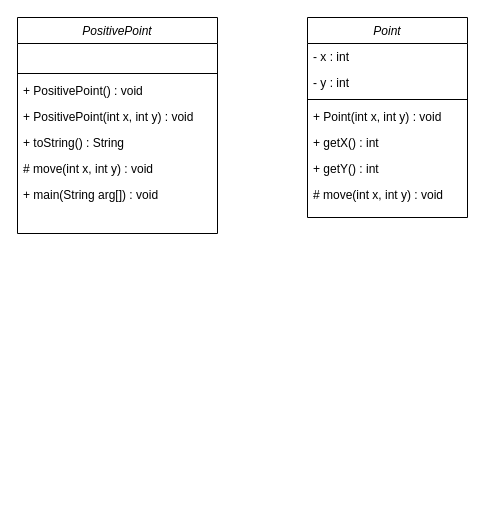
Above: 5장 과제.drawio in skatld123/NSH (draw.io), before the change. Source tidied: cells renumbered, new cells numbered last; positions are measured from the earlier drawing's top-left corner, leaving out a move shared by most shapes. Both pictures are drawn from the tidied source at 100%, with x=0, y=0 at pixel (17, 17).
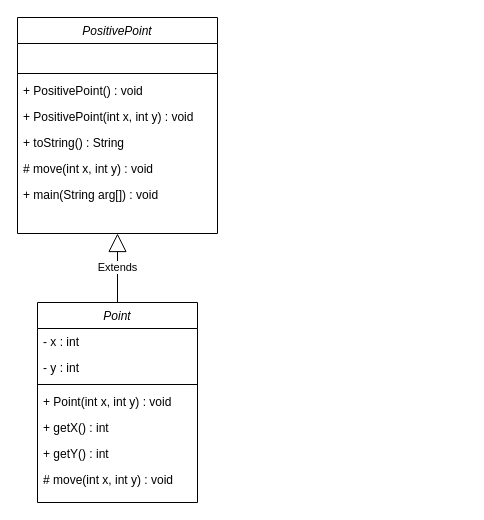
After the change.

Commit message (it also covers changes not shown here):
5장 과제.drawio 업데이트

What changed in the source:
```diff
@@
 <mxGraphModel>
   <root>
     <mxCell id="0" />
     <mxCell id="1" parent="0" />
     <mxCell id="2" value="Point" style="swimlane;fontStyle=2;align=center;verticalAlign=top;horizontal=1;startSize=26;rounded=0;shadow=0;strokeWidth=1;" parent="1" vertex="1">
-      <mxGeometry x="290" width="160" height="200" as="geometry" />
+      <mxGeometry x="20" y="285" width="160" height="200" as="geometry" />
     </mxCell>
     <mxCell id="3" value="- x : int" style="text;align=left;verticalAlign=top;spacingLeft=4;spacingRight=4;overflow=hidden;" parent="2" vertex="1">
       <mxGeometry y="26" width="160" height="26" as="geometry" />
     </mxCell>
     <mxCell id="4" value="- y : int" style="text;align=left;verticalAlign=top;spacingLeft=4;spacingRight=4;overflow=hidden;rounded=0;shadow=0;html=0;" parent="2" vertex="1">
       <mxGeometry y="52" width="160" height="26" as="geometry" />
     </mxCell>
     <mxCell id="5" style="line;html=1;strokeWidth=1;align=left;verticalAlign=middle;spacingTop=-1;spacingLeft=3;spacingRight=3;labelPosition=right;" parent="2" vertex="1">
       <mxGeometry y="78" width="160" height="8" as="geometry" />
     </mxCell>
     <mxCell id="6" value="+ Point(int x, int y) : void" style="text;align=left;verticalAlign=top;spacingLeft=4;spacingRight=4;overflow=hidden;" parent="2" vertex="1">
       <mxGeometry y="86" width="160" height="26" as="geometry" />
     </mxCell>
     <mxCell id="7" value="+ getX() : int" style="text;align=left;verticalAlign=top;spacingLeft=4;spacingRight=4;overflow=hidden;" parent="2" vertex="1">
       <mxGeometry y="112" width="160" height="26" as="geometry" />
     </mxCell>
     <mxCell id="8" value="+ getY() : int" style="text;align=left;verticalAlign=top;spacingLeft=4;spacingRight=4;overflow=hidden;" parent="2" vertex="1">
       <mxGeometry y="138" width="160" height="26" as="geometry" />
     </mxCell>
     <mxCell id="9" value="# move(int x, int y) : void" style="text;align=left;verticalAlign=top;spacingLeft=4;spacingRight=4;overflow=hidden;" parent="2" vertex="1">
       <mxGeometry y="164" width="160" height="26" as="geometry" />
     </mxCell>
     <mxCell id="10" value="PositivePoint" style="swimlane;fontStyle=2;align=center;verticalAlign=top;horizontal=1;startSize=26;rounded=0;shadow=0;strokeWidth=1;" parent="1" vertex="1">
       <mxGeometry width="200" height="216" as="geometry" />
     </mxCell>
     <mxCell id="11" value=" " style="text;align=left;verticalAlign=top;spacingLeft=4;spacingRight=4;overflow=hidden;rounded=0;shadow=0;html=0;" parent="10" vertex="1">
       <mxGeometry y="26" width="200" height="26" as="geometry" />
     </mxCell>
     <mxCell id="12" style="line;html=1;strokeWidth=1;align=left;verticalAlign=middle;spacingTop=-1;spacingLeft=3;spacingRight=3;labelPosition=right;" parent="10" vertex="1">
       <mxGeometry y="52" width="200" height="8" as="geometry" />
     </mxCell>
     <mxCell id="13" value="+ PositivePoint() : void" style="text;align=left;verticalAlign=top;spacingLeft=4;spacingRight=4;overflow=hidden;" parent="10" vertex="1">
       <mxGeometry y="60" width="200" height="26" as="geometry" />
     </mxCell>
     <mxCell id="14" value="+ PositivePoint(int x, int y) : void" style="text;align=left;verticalAlign=top;spacingLeft=4;spacingRight=4;overflow=hidden;" parent="10" vertex="1">
       <mxGeometry y="86" width="200" height="26" as="geometry" />
     </mxCell>
     <mxCell id="15" value="+ toString() : String" style="text;align=left;verticalAlign=top;spacingLeft=4;spacingRight=4;overflow=hidden;" parent="10" vertex="1">
       <mxGeometry y="112" width="200" height="26" as="geometry" />
     </mxCell>
     <mxCell id="16" value="# move(int x, int y) : void" style="text;align=left;verticalAlign=top;spacingLeft=4;spacingRight=4;overflow=hidden;" parent="10" vertex="1">
       <mxGeometry y="138" width="200" height="26" as="geometry" />
     </mxCell>
     <mxCell id="17" value="+ main(String arg[]) : void" style="text;align=left;verticalAlign=top;spacingLeft=4;spacingRight=4;overflow=hidden;" parent="10" vertex="1">
       <mxGeometry y="164" width="200" height="26" as="geometry" />
     </mxCell>
+    <mxCell id="18" value="Extends" style="endArrow=block;endSize=16;endFill=0;html=1;entryX=0.5;entryY=1;entryDx=0;entryDy=0;exitX=0.5;exitY=0;exitDx=0;exitDy=0;" parent="1" edge="1" source="2" target="10">
+      <mxGeometry relative="1" as="geometry" />
+    </mxCell>
   </root>
 </mxGraphModel>
```
